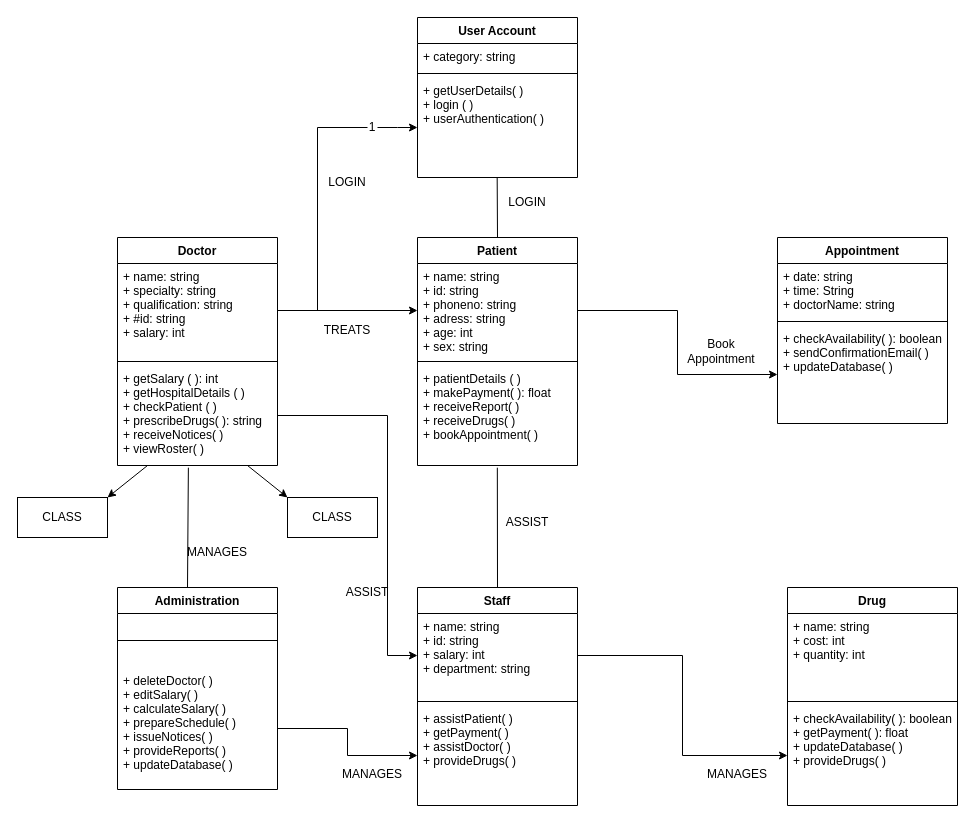
Earlier version of the draw.io diagram ClassDiagram.drawio (DarliSelita/HospiWare). Source tidied: cells renumbered, new cells numbered last; positions are measured from the earlier drawing's top-left corner, leaving out a move shared by most shapes. Both pictures are drawn from the tidied source at 100%, with x=0, y=0 at pixel (17, 17).
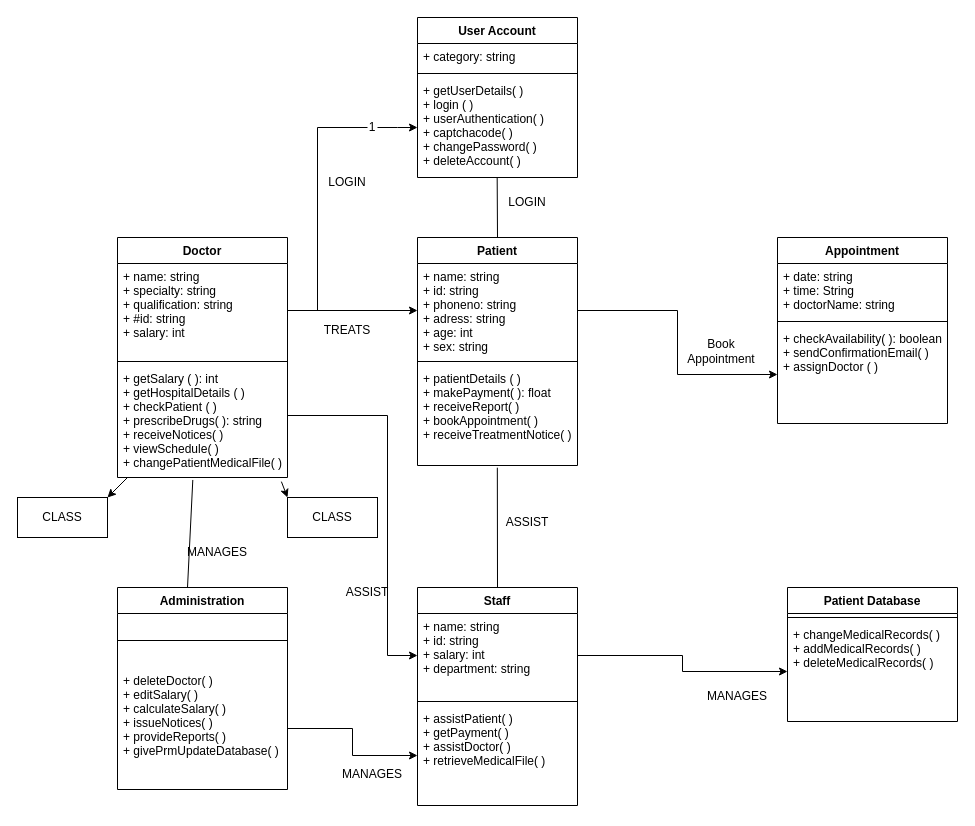
After the change.

The change refers to these unchanged cells:
```xml
<mxCell id="2" value="User Account" style="swimlane;fontStyle=1;align=center;verticalAlign=top;horizontal=1;startSize=26;" parent="1" vertex="1">
  <mxGeometry x="400" width="160" height="160" as="geometry" />
</mxCell>
<mxCell id="12" value="Patient" style="swimlane;fontStyle=1;align=center;verticalAlign=top;horizontal=1;startSize=26;" parent="1" vertex="1">
  <mxGeometry x="400" y="220" width="160" height="228" as="geometry" />
</mxCell>
<mxCell id="19" value="Appointment" style="swimlane;fontStyle=1;align=center;verticalAlign=top;horizontal=1;startSize=26;" parent="1" vertex="1">
  <mxGeometry x="760" y="220" width="170" height="186" as="geometry" />
</mxCell>
<mxCell id="28" value="CLASS" style="rounded=0;whiteSpace=wrap;html=1;" parent="1" vertex="1">
  <mxGeometry y="480" width="90" height="40" as="geometry" />
</mxCell>
<mxCell id="29" value="CLASS" style="rounded=0;whiteSpace=wrap;html=1;" parent="1" vertex="1">
  <mxGeometry x="270" y="480" width="90" height="40" as="geometry" />
</mxCell>
<mxCell id="32" value="Staff" style="swimlane;fontStyle=1;align=center;verticalAlign=top;horizontal=1;startSize=26;" parent="1" vertex="1">
  <mxGeometry x="400" y="570" width="160" height="218" as="geometry" />
</mxCell>
```

Change to the diagram source:
```diff
@@
-    <mxCell id="5" value="+ getUserDetails( )&#10;+ login ( )&#10;+ userAuthentication( )" style="text;strokeColor=none;fillColor=none;align=left;verticalAlign=top;spacingLeft=4;spacingRight=4;overflow=hidden;points=[[0,0.5],[1,0.5]];portConstraint=eastwest;" parent="2" vertex="1">
+    <mxCell id="5" value="+ getUserDetails( )&#10;+ login ( )&#10;+ userAuthentication( )&#10;+ captchacode( )&#10;+ changePassword( )&#10;+ deleteAccount( )" style="text;strokeColor=none;fillColor=none;align=left;verticalAlign=top;spacingLeft=4;spacingRight=4;overflow=hidden;points=[[0,0.5],[1,0.5]];portConstraint=eastwest;" parent="2" vertex="1">
       <mxGeometry y="60" width="160" height="100" as="geometry" />
     </mxCell>
     <mxCell id="6" value="Doctor" style="swimlane;fontStyle=1;align=center;verticalAlign=top;horizontal=1;startSize=26;" parent="1" vertex="1">
-      <mxGeometry x="100" y="220" width="160" height="228" as="geometry" />
+      <mxGeometry x="100" y="220" width="170" height="240" as="geometry" />
     </mxCell>
     <mxCell id="7" value="+ name: string&#10;+ specialty: string&#10;+ qualification: string&#10;+ #id: string&#10;+ salary: int" style="text;strokeColor=none;fillColor=none;align=left;verticalAlign=top;spacingLeft=4;spacingRight=4;overflow=hidden;points=[[0,0.5],[1,0.5]];portConstraint=eastwest;" parent="6" vertex="1">
-      <mxGeometry y="26" width="160" height="94" as="geometry" />
+      <mxGeometry y="26" width="170" height="94" as="geometry" />
     </mxCell>
     <mxCell id="8" style="line;strokeWidth=1;fillColor=none;align=left;verticalAlign=middle;spacingTop=-1;spacingLeft=3;spacingRight=3;labelPosition=right;strokeColor=inherit;" parent="6" vertex="1">
-      <mxGeometry y="120" width="160" height="8" as="geometry" />
+      <mxGeometry y="120" width="170" height="8" as="geometry" />
     </mxCell>
-    <mxCell id="9" value="+ getSalary ( ): int&#10;+ getHospitalDetails ( )&#10;+ checkPatient ( )&#10;+ prescribeDrugs( ): string&#10;+ receiveNotices( )&#10;+ viewRoster( )" style="text;strokeColor=none;fillColor=none;align=left;verticalAlign=top;spacingLeft=4;spacingRight=4;overflow=hidden;points=[[0,0.5],[1,0.5]];portConstraint=eastwest;" parent="6" vertex="1">
-      <mxGeometry y="128" width="160" height="100" as="geometry" />
+    <mxCell id="9" value="+ getSalary ( ): int&#10;+ getHospitalDetails ( )&#10;+ checkPatient ( )&#10;+ prescribeDrugs( ): string&#10;+ receiveNotices( )&#10;+ viewSchedule( )&#10;+ changePatientMedicalFile( )&#10;" style="text;strokeColor=none;fillColor=none;align=left;verticalAlign=top;spacingLeft=4;spacingRight=4;overflow=hidden;points=[[0,0.5],[1,0.5]];portConstraint=eastwest;" parent="6" vertex="1">
+      <mxGeometry y="128" width="170" height="112" as="geometry" />
     </mxCell>
@@
-    <mxCell id="15" value="+ patientDetails ( )&#10;+ makePayment( ): float&#10;+ receiveReport( )&#10;+ receiveDrugs( )&#10;+ bookAppointment( )" style="text;strokeColor=none;fillColor=none;align=left;verticalAlign=top;spacingLeft=4;spacingRight=4;overflow=hidden;points=[[0,0.5],[1,0.5]];portConstraint=eastwest;" parent="12" vertex="1">
+    <mxCell id="15" value="+ patientDetails ( )&#10;+ makePayment( ): float&#10;+ receiveReport( )&#10;+ bookAppointment( )&#10;+ receiveTreatmentNotice( )" style="text;strokeColor=none;fillColor=none;align=left;verticalAlign=top;spacingLeft=4;spacingRight=4;overflow=hidden;points=[[0,0.5],[1,0.5]];portConstraint=eastwest;" parent="12" vertex="1">
       <mxGeometry y="128" width="160" height="100" as="geometry" />
     </mxCell>
@@
-    <mxCell id="22" value="+ checkAvailability( ): boolean&#10;+ sendConfirmationEmail( )&#10;+ updateDatabase( )" style="text;strokeColor=none;fillColor=none;align=left;verticalAlign=top;spacingLeft=4;spacingRight=4;overflow=hidden;points=[[0,0.5],[1,0.5]];portConstraint=eastwest;" parent="19" vertex="1">
+    <mxCell id="22" value="+ checkAvailability( ): boolean&#10;+ sendConfirmationEmail( )&#10;+ assignDoctor ( )" style="text;strokeColor=none;fillColor=none;align=left;verticalAlign=top;spacingLeft=4;spacingRight=4;overflow=hidden;points=[[0,0.5],[1,0.5]];portConstraint=eastwest;" parent="19" vertex="1">
       <mxGeometry y="88" width="170" height="98" as="geometry" />
     </mxCell>
@@
     <mxCell id="24" value="Administration" style="swimlane;fontStyle=1;align=center;verticalAlign=top;horizontal=1;startSize=26;" parent="1" vertex="1">
-      <mxGeometry x="100" y="570" width="160" height="202" as="geometry" />
+      <mxGeometry x="100" y="570" width="170" height="202" as="geometry" />
     </mxCell>
     <mxCell id="25" style="line;strokeWidth=1;fillColor=none;align=left;verticalAlign=middle;spacingTop=-1;spacingLeft=3;spacingRight=3;labelPosition=right;strokeColor=inherit;" parent="24" vertex="1">
-      <mxGeometry y="26" width="160" height="54" as="geometry" />
+      <mxGeometry y="26" width="170" height="54" as="geometry" />
     </mxCell>
-    <mxCell id="26" value="+ deleteDoctor( )&#10;+ editSalary( )&#10;+ calculateSalary( )&#10;+ prepareSchedule( )&#10;+ issueNotices( )&#10;+ provideReports( )&#10;+ updateDatabase( )" style="text;strokeColor=none;fillColor=none;align=left;verticalAlign=top;spacingLeft=4;spacingRight=4;overflow=hidden;points=[[0,0.5],[1,0.5]];portConstraint=eastwest;" parent="24" vertex="1">
-      <mxGeometry y="80" width="160" height="122" as="geometry" />
+    <mxCell id="26" value="+ deleteDoctor( )&#10;+ editSalary( )&#10;+ calculateSalary( )&#10;+ issueNotices( )&#10;+ provideReports( )&#10;+ givePrmUpdateDatabase( )" style="text;strokeColor=none;fillColor=none;align=left;verticalAlign=top;spacingLeft=4;spacingRight=4;overflow=hidden;points=[[0,0.5],[1,0.5]];portConstraint=eastwest;" parent="24" vertex="1">
+      <mxGeometry y="80" width="170" height="122" as="geometry" />
     </mxCell>
@@
     <mxCell id="30" style="endArrow=classic;html=1;rounded=0;entryX=1;entryY=0;entryDx=0;entryDy=0;" parent="1" edge="1" target="28">
       <mxGeometry relative="1" as="geometry">
-        <mxPoint x="130" y="448" as="sourcePoint" />
+        <mxPoint x="110" y="460" as="sourcePoint" />
       </mxGeometry>
     </mxCell>
-    <mxCell id="31" style="endArrow=classic;html=1;rounded=0;entryX=0;entryY=0;entryDx=0;entryDy=0;" parent="1" edge="1" target="29">
-      <mxGeometry relative="1" as="geometry">
-        <mxPoint x="230" y="448" as="sourcePoint" />
-      </mxGeometry>
+    <mxCell id="31" style="endArrow=classic;html=1;rounded=0;entryX=0;entryY=0;entryDx=0;entryDy=0;exitX=0.964;exitY=1.037;exitDx=0;exitDy=0;exitPerimeter=0;" parent="1" edge="1" source="9" target="29">
+      <mxGeometry relative="1" as="geometry" />
     </mxCell>
@@
-    <mxCell id="35" value="+ assistPatient( )&#10;+ getPayment( )&#10;+ assistDoctor( )&#10;+ provideDrugs( )" style="text;strokeColor=none;fillColor=none;align=left;verticalAlign=top;spacingLeft=4;spacingRight=4;overflow=hidden;points=[[0,0.5],[1,0.5]];portConstraint=eastwest;" parent="32" vertex="1">
+    <mxCell id="35" value="+ assistPatient( )&#10;+ getPayment( )&#10;+ assistDoctor( )&#10;+ retrieveMedicalFile( )" style="text;strokeColor=none;fillColor=none;align=left;verticalAlign=top;spacingLeft=4;spacingRight=4;overflow=hidden;points=[[0,0.5],[1,0.5]];portConstraint=eastwest;" parent="32" vertex="1">
       <mxGeometry y="118" width="160" height="100" as="geometry" />
     </mxCell>
@@
-    <mxCell id="37" value="Drug" style="swimlane;fontStyle=1;align=center;verticalAlign=top;horizontal=1;startSize=26;" parent="1" vertex="1">
-      <mxGeometry x="770" y="570" width="170" height="218" as="geometry" />
+    <mxCell id="37" value="Patient Database" style="swimlane;fontStyle=1;align=center;verticalAlign=top;horizontal=1;startSize=26;" parent="1" vertex="1">
+      <mxGeometry x="770" y="570" width="170" height="134" as="geometry" />
     </mxCell>
-    <mxCell id="38" value="+ name: string&#10;+ cost: int&#10;+ quantity: int" style="text;strokeColor=none;fillColor=none;align=left;verticalAlign=top;spacingLeft=4;spacingRight=4;overflow=hidden;" parent="37" vertex="1">
-      <mxGeometry y="26" width="170" height="84" as="geometry" />
-    </mxCell>
     <mxCell id="39" style="line;strokeWidth=1;fillColor=none;align=left;verticalAlign=middle;spacingTop=-1;spacingLeft=3;spacingRight=3;labelPosition=right;strokeColor=inherit;" parent="37" vertex="1">
-      <mxGeometry y="110" width="170" height="8" as="geometry" />
+      <mxGeometry y="26" width="170" height="8" as="geometry" />
     </mxCell>
-    <mxCell id="40" value="+ checkAvailability( ): boolean&#10;+ getPayment( ): float&#10;+ updateDatabase( )&#10;+ provideDrugs( )" style="text;strokeColor=none;fillColor=none;align=left;verticalAlign=top;spacingLeft=4;spacingRight=4;overflow=hidden;points=[[0,0.5],[1,0.5]];portConstraint=eastwest;" parent="37" vertex="1">
-      <mxGeometry y="118" width="170" height="100" as="geometry" />
+    <mxCell id="40" value="+ changeMedicalRecords( )&#10;+ addMedicalRecords( )&#10;+ deleteMedicalRecords( )&#10;" style="text;strokeColor=none;fillColor=none;align=left;verticalAlign=top;spacingLeft=4;spacingRight=4;overflow=hidden;points=[[0,0.5],[1,0.5]];portConstraint=eastwest;" parent="37" vertex="1">
+      <mxGeometry y="34" width="170" height="100" as="geometry" />
     </mxCell>
@@
     <mxCell id="52" value="MANAGES" style="text;html=1;strokeColor=none;fillColor=none;align=center;verticalAlign=middle;whiteSpace=wrap;rounded=0;" parent="1" vertex="1">
-      <mxGeometry x="690" y="742" width="60" height="30" as="geometry" />
+      <mxGeometry x="690" y="664" width="60" height="30" as="geometry" />
     </mxCell>
```
